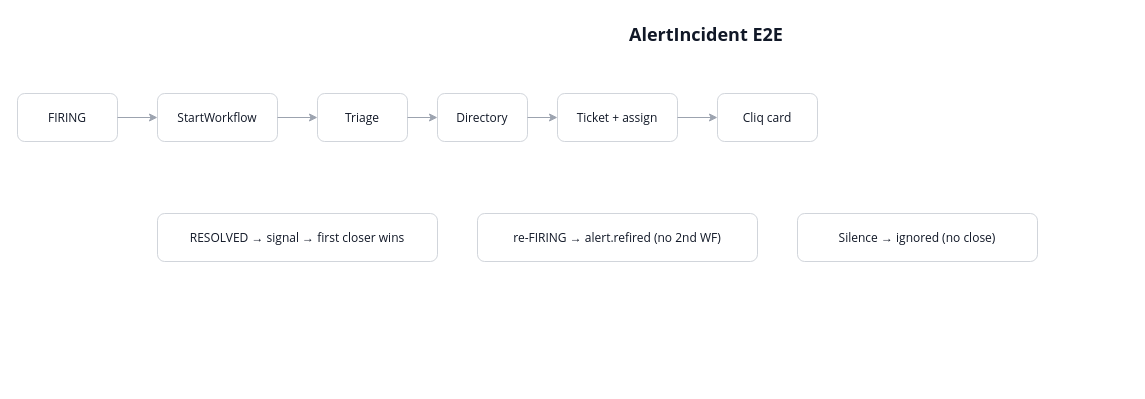
AM-Portfolio/am-agents keeps this draw.io diagram as page "AlertIncident E2E" (3 of 9) of docs/agent-platform/agent-platform.drawio. Above is the earlier version. Source tidied: cells renumbered, new cells numbered last; positions are measured from the earlier drawing's top-left corner, leaving out a move shared by most shapes. Both pictures are drawn from the tidied source at 100%, with x=0, y=0 at pixel (17, 17).
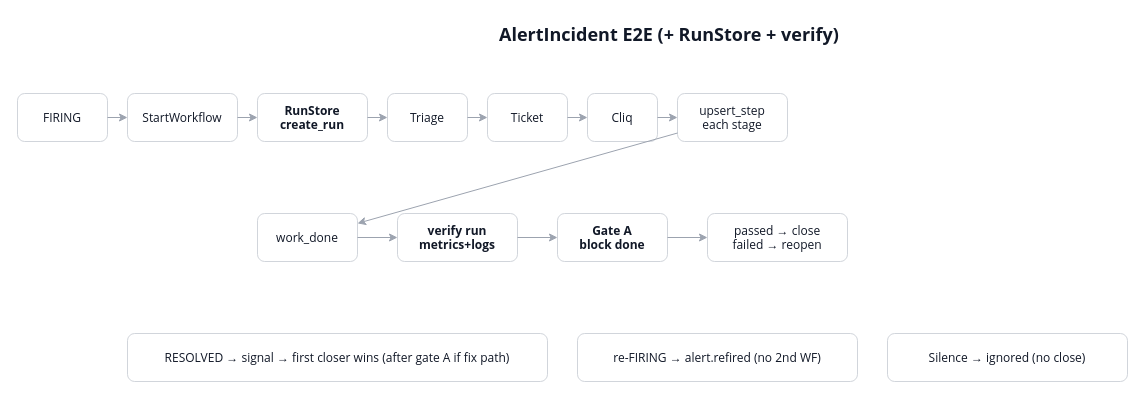
The same diagram, later.

Commit message (it also covers changes not shown here):
docs: update agent platform design and documentation for RunStore integration

Change to the diagram source:
```diff
@@
-    <mxCell id="2" value="&lt;b&gt;AlertIncident E2E&lt;/b&gt;" style="text;html=1;fontSize=18;fontColor=#111827;fontFamily=Segoe UI;" parent="1" vertex="1">
-      <mxGeometry x="610" width="260" height="30" as="geometry" />
+    <mxCell id="2" value="&lt;b&gt;AlertIncident E2E (+ RunStore + verify)&lt;/b&gt;" style="text;html=1;fontSize=18;fontColor=#111827;fontFamily=Segoe UI;" parent="1" vertex="1">
+      <mxGeometry x="480" width="480" height="30" as="geometry" />
     </mxCell>
     <mxCell id="3" value="FIRING" style="rounded=1;fillColor=#FFFFFF;fontColor=#111827;strokeColor=#D1D5DB;fontFamily=Segoe UI;" parent="1" vertex="1">
-      <mxGeometry y="76" width="100" height="48" as="geometry" />
+      <mxGeometry y="76" width="90" height="48" as="geometry" />
     </mxCell>
     <mxCell id="4" value="StartWorkflow" style="rounded=1;fillColor=#FFFFFF;fontColor=#111827;strokeColor=#D1D5DB;fontFamily=Segoe UI;" parent="1" vertex="1">
-      <mxGeometry x="140" y="76" width="120" height="48" as="geometry" />
+      <mxGeometry x="110" y="76" width="110" height="48" as="geometry" />
     </mxCell>
-    <mxCell id="5" value="Triage" style="rounded=1;fillColor=#FFFFFF;fontColor=#111827;strokeColor=#D1D5DB;fontFamily=Segoe UI;" parent="1" vertex="1">
-      <mxGeometry x="300" y="76" width="90" height="48" as="geometry" />
+    <mxCell id="5" value="RunStore&#10;create_run" style="rounded=1;fillColor=#FFFFFF;fontColor=#111827;strokeColor=#D1D5DB;fontFamily=Segoe UI;fontStyle=1;" parent="1" vertex="1">
+      <mxGeometry x="240" y="76" width="110" height="48" as="geometry" />
     </mxCell>
-    <mxCell id="6" value="Directory" style="rounded=1;fillColor=#FFFFFF;fontColor=#111827;strokeColor=#D1D5DB;fontFamily=Segoe UI;" parent="1" vertex="1">
-      <mxGeometry x="420" y="76" width="90" height="48" as="geometry" />
+    <mxCell id="6" value="Triage" style="rounded=1;fillColor=#FFFFFF;fontColor=#111827;strokeColor=#D1D5DB;fontFamily=Segoe UI;" parent="1" vertex="1">
+      <mxGeometry x="370" y="76" width="80" height="48" as="geometry" />
     </mxCell>
-    <mxCell id="7" value="Ticket + assign" style="rounded=1;fillColor=#FFFFFF;fontColor=#111827;strokeColor=#D1D5DB;fontFamily=Segoe UI;" parent="1" vertex="1">
-      <mxGeometry x="540" y="76" width="120" height="48" as="geometry" />
+    <mxCell id="7" value="Ticket" style="rounded=1;fillColor=#FFFFFF;fontColor=#111827;strokeColor=#D1D5DB;fontFamily=Segoe UI;" parent="1" vertex="1">
+      <mxGeometry x="470" y="76" width="80" height="48" as="geometry" />
     </mxCell>
-    <mxCell id="8" value="Cliq card" style="rounded=1;fillColor=#FFFFFF;fontColor=#111827;strokeColor=#D1D5DB;fontFamily=Segoe UI;" parent="1" vertex="1">
-      <mxGeometry x="700" y="76" width="100" height="48" as="geometry" />
+    <mxCell id="8" value="Cliq" style="rounded=1;fillColor=#FFFFFF;fontColor=#111827;strokeColor=#D1D5DB;fontFamily=Segoe UI;" parent="1" vertex="1">
+      <mxGeometry x="570" y="76" width="70" height="48" as="geometry" />
     </mxCell>
+    <mxCell id="17" value="upsert_step&#10;each stage" style="rounded=1;fillColor=#FFFFFF;fontColor=#111827;strokeColor=#D1D5DB;fontFamily=Segoe UI;" parent="1" vertex="1">
+      <mxGeometry x="660" y="76" width="110" height="48" as="geometry" />
+    </mxCell>
@@
+    <mxCell id="18" style="edgeStyle=orthogonalEdgeStyle;endArrow=classic;strokeColor=#9CA3AF;strokeWidth=1;" parent="1" edge="1" source="8" target="17">
+      <mxGeometry relative="1" as="geometry" />
+    </mxCell>
+    <mxCell id="19" value="work_done" style="rounded=1;fillColor=#FFFFFF;fontColor=#111827;strokeColor=#D1D5DB;fontFamily=Segoe UI;" parent="1" vertex="1">
+      <mxGeometry x="240" y="196" width="100" height="48" as="geometry" />
+    </mxCell>
+    <mxCell id="20" value="verify run&#10;metrics+logs" style="rounded=1;fillColor=#FFFFFF;fontColor=#111827;strokeColor=#D1D5DB;fontFamily=Segoe UI;fontStyle=1;" parent="1" vertex="1">
+      <mxGeometry x="380" y="196" width="120" height="48" as="geometry" />
+    </mxCell>
+    <mxCell id="21" value="Gate A&#10;block done" style="rounded=1;fillColor=#FFFFFF;fontColor=#111827;strokeColor=#D1D5DB;fontFamily=Segoe UI;fontStyle=1;" parent="1" vertex="1">
+      <mxGeometry x="540" y="196" width="110" height="48" as="geometry" />
+    </mxCell>
+    <mxCell id="22" value="passed → close&#10;failed → reopen" style="rounded=1;fillColor=#FFFFFF;fontColor=#111827;strokeColor=#D1D5DB;fontFamily=Segoe UI;" parent="1" vertex="1">
+      <mxGeometry x="690" y="196" width="140" height="48" as="geometry" />
+    </mxCell>
+    <mxCell id="23" style="endArrow=classic;strokeColor=#9CA3AF;" parent="1" edge="1" source="17" target="19">
+      <mxGeometry relative="1" as="geometry" />
+    </mxCell>
+    <mxCell id="24" style="endArrow=classic;strokeColor=#9CA3AF;" parent="1" edge="1" source="19" target="20">
+      <mxGeometry relative="1" as="geometry" />
+    </mxCell>
+    <mxCell id="25" style="endArrow=classic;strokeColor=#9CA3AF;" parent="1" edge="1" source="20" target="21">
+      <mxGeometry relative="1" as="geometry" />
+    </mxCell>
+    <mxCell id="26" style="endArrow=classic;strokeColor=#9CA3AF;" parent="1" edge="1" source="21" target="22">
+      <mxGeometry relative="1" as="geometry" />
+    </mxCell>
-    <mxCell id="14" value="RESOLVED → signal → first closer wins" style="rounded=1;fillColor=#FFFFFF;fontColor=#111827;strokeColor=#D1D5DB;fontFamily=Segoe UI;" parent="1" vertex="1">
-      <mxGeometry x="140" y="196" width="280" height="48" as="geometry" />
+    <mxCell id="14" value="RESOLVED → signal → first closer wins (after gate A if fix path)" style="rounded=1;fillColor=#FFFFFF;fontColor=#111827;strokeColor=#D1D5DB;fontFamily=Segoe UI;" parent="1" vertex="1">
+      <mxGeometry x="110" y="316" width="420" height="48" as="geometry" />
     </mxCell>
     <mxCell id="15" value="re-FIRING → alert.refired (no 2nd WF)" style="rounded=1;fillColor=#FFFFFF;fontColor=#111827;strokeColor=#D1D5DB;fontFamily=Segoe UI;" parent="1" vertex="1">
-      <mxGeometry x="460" y="196" width="280" height="48" as="geometry" />
+      <mxGeometry x="560" y="316" width="280" height="48" as="geometry" />
     </mxCell>
     <mxCell id="16" value="Silence → ignored (no close)" style="rounded=1;fillColor=#FFFFFF;fontColor=#111827;strokeColor=#D1D5DB;fontFamily=Segoe UI;" parent="1" vertex="1">
-      <mxGeometry x="780" y="196" width="240" height="48" as="geometry" />
+      <mxGeometry x="870" y="316" width="240" height="48" as="geometry" />
     </mxCell>
```
